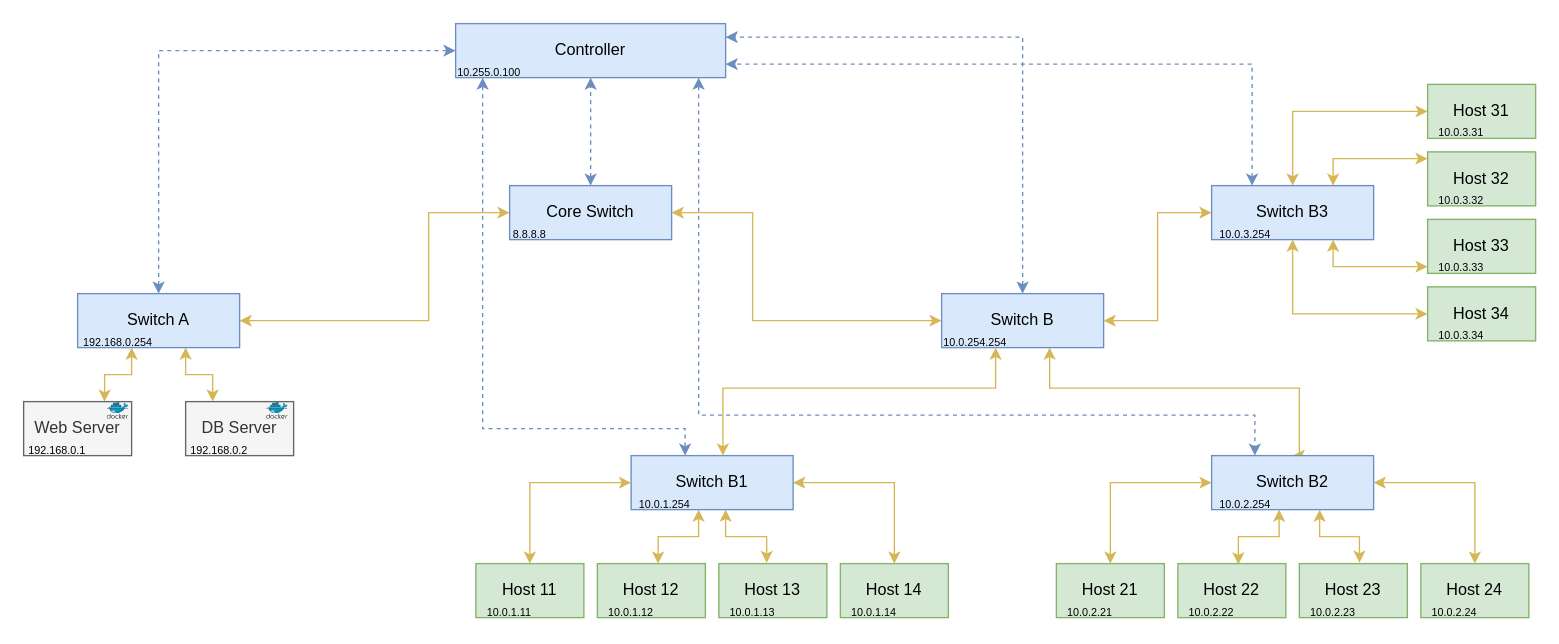
Before: assets/topology.drawio in DavideZanolini/sdn-nids-ml, a draw.io diagram. Source tidied: cells renumbered, new cells numbered last; positions are measured from the earlier drawing's top-left corner, leaving out a move shared by most shapes. Both pictures are drawn from the tidied source at 135%, with x=0, y=0 at pixel (23, 23).
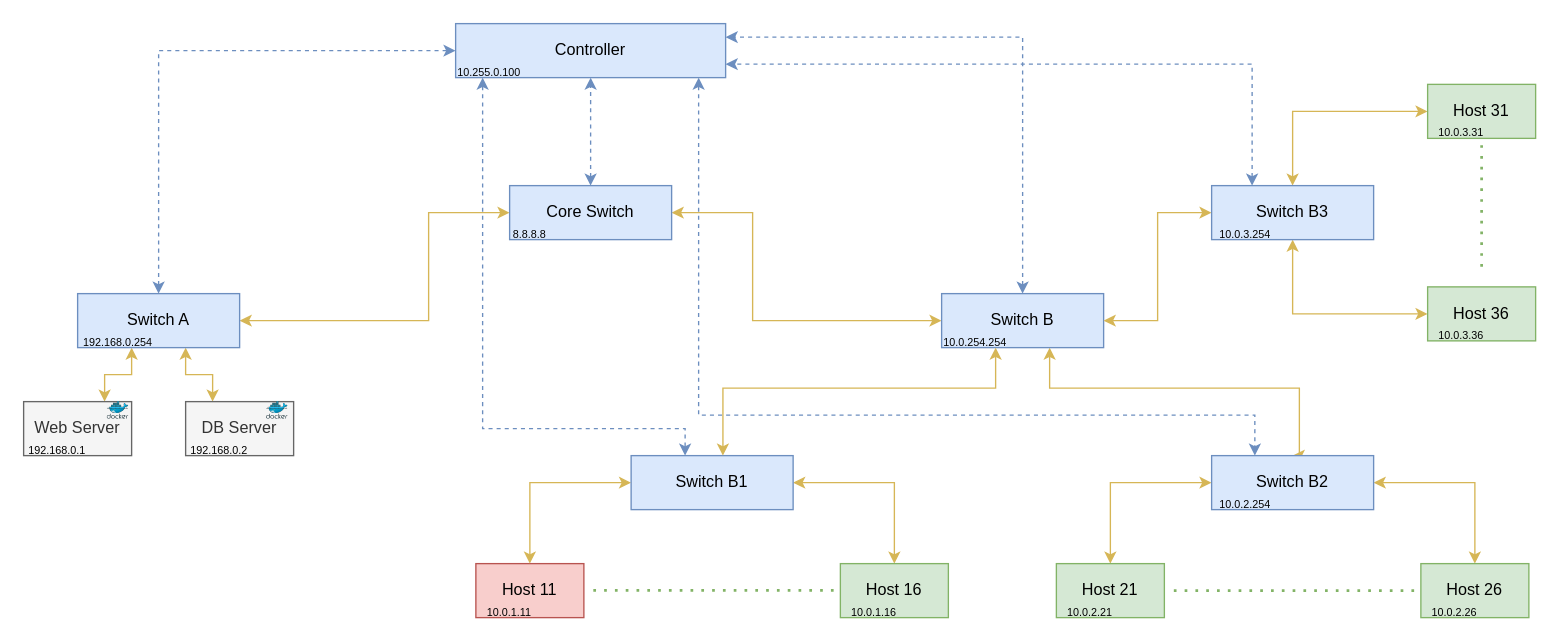
The same diagram, later.

The change refers to these unchanged cells:
```xml
<mxCell id="22" value="Switch B1" style="rounded=0;whiteSpace=wrap;html=1;fillColor=#dae8fc;strokeColor=#6c8ebf;" parent="1" vertex="1">
  <mxGeometry x="450" y="320" width="120" height="40" as="geometry" />
</mxCell>
<mxCell id="27" value="Switch B2" style="rounded=0;whiteSpace=wrap;html=1;fillColor=#dae8fc;strokeColor=#6c8ebf;" parent="1" vertex="1">
  <mxGeometry x="880" y="320" width="120" height="40" as="geometry" />
</mxCell>
<mxCell id="40" value="Switch B3" style="rounded=0;whiteSpace=wrap;html=1;fillColor=#dae8fc;strokeColor=#6c8ebf;" parent="1" vertex="1">
  <mxGeometry x="880" y="120" width="120" height="40" as="geometry" />
</mxCell>
```

Change to the diagram source:
```diff
@@
-    <mxCell id="2" value="Host 11" style="rounded=0;whiteSpace=wrap;html=1;fillColor=#d5e8d4;strokeColor=#82b366;" parent="1" vertex="1">
+    <mxCell id="2" value="Host 11" style="rounded=0;whiteSpace=wrap;html=1;fillColor=#f8cecc;strokeColor=#b85450;" parent="1" vertex="1">
       <mxGeometry x="335" y="400" width="80" height="40" as="geometry" />
     </mxCell>
-    <mxCell id="3" value="Host 12" style="rounded=0;whiteSpace=wrap;html=1;fillColor=#d5e8d4;strokeColor=#82b366;" parent="1" vertex="1">
-      <mxGeometry x="425" y="400" width="80" height="40" as="geometry" />
-    </mxCell>
@@
-    <mxCell id="20" style="edgeStyle=orthogonalEdgeStyle;rounded=0;jettySize=auto;html=1;startArrow=classic;startFill=1;fillColor=#fff2cc;strokeColor=#d6b656;" parent="1" edge="1" source="22">
-      <mxGeometry relative="1" as="geometry">
-        <mxPoint x="470" y="400" as="targetPoint" />
-        <Array as="points">
-          <mxPoint x="500" y="380" />
-          <mxPoint x="470" y="380" />
-          <mxPoint x="470" y="400" />
-        </Array>
-      </mxGeometry>
-    </mxCell>
-    <mxCell id="21" style="edgeStyle=orthogonalEdgeStyle;rounded=0;jettySize=auto;html=1;entryX=0.443;entryY=-0.013;entryDx=0;entryDy=0;startArrow=classic;startFill=1;fillColor=#fff2cc;strokeColor=#d6b656;entryPerimeter=0;" parent="1" edge="1" source="22" target="28">
-      <mxGeometry relative="1" as="geometry">
-        <Array as="points">
-          <mxPoint x="520" y="380" />
-          <mxPoint x="550" y="380" />
-          <mxPoint x="550" y="400" />
-        </Array>
-      </mxGeometry>
-    </mxCell>
@@
-    <mxCell id="25" style="edgeStyle=orthogonalEdgeStyle;rounded=0;jettySize=auto;html=1;entryX=0.556;entryY=-0.016;entryDx=0;entryDy=0;fillColor=#fff2cc;strokeColor=#d6b656;startArrow=classic;startFill=1;entryPerimeter=0;" parent="1" edge="1" source="27" target="32">
-      <mxGeometry relative="1" as="geometry">
-        <Array as="points">
-          <mxPoint x="960" y="380" />
-          <mxPoint x="990" y="380" />
-          <mxPoint x="990" y="399" />
-        </Array>
-      </mxGeometry>
-    </mxCell>
-    <mxCell id="26" style="edgeStyle=orthogonalEdgeStyle;rounded=0;jettySize=auto;html=1;entryX=0.56;entryY=0.016;entryDx=0;entryDy=0;fillColor=#fff2cc;strokeColor=#d6b656;startArrow=classic;startFill=1;entryPerimeter=0;" parent="1" edge="1" source="27" target="31">
-      <mxGeometry relative="1" as="geometry">
-        <Array as="points">
-          <mxPoint x="930" y="380" />
-          <mxPoint x="900" y="380" />
-          <mxPoint x="900" y="401" />
-        </Array>
-      </mxGeometry>
-    </mxCell>
@@
-    <mxCell id="28" value="Host 13" style="rounded=0;whiteSpace=wrap;html=1;fillColor=#d5e8d4;strokeColor=#82b366;" parent="1" vertex="1">
-      <mxGeometry x="515" y="400" width="80" height="40" as="geometry" />
-    </mxCell>
-    <mxCell id="29" value="Host 14" style="rounded=0;whiteSpace=wrap;html=1;fillColor=#d5e8d4;strokeColor=#82b366;" parent="1" vertex="1">
+    <mxCell id="29" value="Host 16" style="rounded=0;whiteSpace=wrap;html=1;fillColor=#d5e8d4;strokeColor=#82b366;" parent="1" vertex="1">
       <mxGeometry x="605" y="400" width="80" height="40" as="geometry" />
     </mxCell>
@@
-    <mxCell id="31" value="Host 22" style="rounded=0;whiteSpace=wrap;html=1;fillColor=#d5e8d4;strokeColor=#82b366;" parent="1" vertex="1">
-      <mxGeometry x="855" y="400" width="80" height="40" as="geometry" />
-    </mxCell>
-    <mxCell id="32" value="Host 23" style="rounded=0;whiteSpace=wrap;html=1;fillColor=#d5e8d4;strokeColor=#82b366;" parent="1" vertex="1">
-      <mxGeometry x="945" y="400" width="80" height="40" as="geometry" />
-    </mxCell>
-    <mxCell id="33" value="Host 24" style="rounded=0;whiteSpace=wrap;html=1;fillColor=#d5e8d4;strokeColor=#82b366;" parent="1" vertex="1">
+    <mxCell id="33" value="Host 26" style="rounded=0;whiteSpace=wrap;html=1;fillColor=#d5e8d4;strokeColor=#82b366;" parent="1" vertex="1">
       <mxGeometry x="1035" y="400" width="80" height="40" as="geometry" />
     </mxCell>
@@
-    <mxCell id="42" value="Host 32" style="rounded=0;whiteSpace=wrap;html=1;fillColor=#d5e8d4;strokeColor=#82b366;" parent="1" vertex="1">
-      <mxGeometry x="1040" y="95" width="80" height="40" as="geometry" />
-    </mxCell>
-    <mxCell id="43" value="Host 33" style="rounded=0;whiteSpace=wrap;html=1;fillColor=#d5e8d4;strokeColor=#82b366;" parent="1" vertex="1">
-      <mxGeometry x="1040" y="145" width="80" height="40" as="geometry" />
-    </mxCell>
-    <mxCell id="44" value="Host 34" style="rounded=0;whiteSpace=wrap;html=1;fillColor=#d5e8d4;strokeColor=#82b366;" parent="1" vertex="1">
+    <mxCell id="44" value="Host 36" style="rounded=0;whiteSpace=wrap;html=1;fillColor=#d5e8d4;strokeColor=#82b366;" parent="1" vertex="1">
       <mxGeometry x="1040" y="195" width="80" height="40" as="geometry" />
     </mxCell>
-    <mxCell id="45" style="edgeStyle=orthogonalEdgeStyle;rounded=0;jettySize=auto;html=1;entryX=0;entryY=0.375;entryDx=0;entryDy=0;entryPerimeter=0;startArrow=classic;startFill=1;fillColor=#fff2cc;strokeColor=#d6b656;exitX=0.75;exitY=0;exitDx=0;exitDy=0;" parent="1" edge="1" source="40">
-      <mxGeometry relative="1" as="geometry">
-        <mxPoint x="1040" y="100" as="targetPoint" />
-        <Array as="points">
-          <mxPoint x="970" y="100" />
-        </Array>
-      </mxGeometry>
-    </mxCell>
-    <mxCell id="46" style="edgeStyle=orthogonalEdgeStyle;rounded=0;jettySize=auto;html=1;startArrow=classic;startFill=1;fillColor=#fff2cc;strokeColor=#d6b656;" parent="1" edge="1" source="43">
-      <mxGeometry relative="1" as="geometry">
-        <mxPoint x="970" y="160" as="targetPoint" />
-        <Array as="points">
-          <mxPoint x="970" y="180" />
-        </Array>
-      </mxGeometry>
-    </mxCell>
@@
-    <mxCell id="52" value="&lt;font style=&quot;font-size: 8px;&quot;&gt;10.0.1.12&lt;/font&gt;" style="text;html=1;whiteSpace=wrap;strokeColor=none;fillColor=none;align=center;verticalAlign=middle;rounded=0;" parent="1" vertex="1">
-      <mxGeometry x="425" y="430" width="50" height="10" as="geometry" />
-    </mxCell>
-    <mxCell id="53" value="&lt;font style=&quot;font-size: 8px;&quot;&gt;10.0.1.13&lt;/font&gt;" style="text;html=1;whiteSpace=wrap;strokeColor=none;fillColor=none;align=center;verticalAlign=middle;rounded=0;" parent="1" vertex="1">
-      <mxGeometry x="515" y="430" width="50" height="10" as="geometry" />
-    </mxCell>
-    <mxCell id="54" value="&lt;font style=&quot;font-size: 8px;&quot;&gt;10.0.1.14&lt;/font&gt;" style="text;html=1;whiteSpace=wrap;strokeColor=none;fillColor=none;align=center;verticalAlign=middle;rounded=0;" parent="1" vertex="1">
+    <mxCell id="54" value="&lt;font style=&quot;font-size: 8px;&quot;&gt;10.0.1.16&lt;/font&gt;" style="text;html=1;whiteSpace=wrap;strokeColor=none;fillColor=none;align=center;verticalAlign=middle;rounded=0;" parent="1" vertex="1">
       <mxGeometry x="605" y="430" width="50" height="10" as="geometry" />
     </mxCell>
-    <mxCell id="55" value="&lt;font style=&quot;font-size: 8px;&quot;&gt;10.0.2.22&lt;/font&gt;" style="text;html=1;whiteSpace=wrap;strokeColor=none;fillColor=none;align=center;verticalAlign=middle;rounded=0;" parent="1" vertex="1">
-      <mxGeometry x="855" y="430" width="50" height="10" as="geometry" />
-    </mxCell>
@@
-    <mxCell id="57" value="&lt;font style=&quot;font-size: 8px;&quot;&gt;10.0.2.23&lt;/font&gt;" style="text;html=1;whiteSpace=wrap;strokeColor=none;fillColor=none;align=center;verticalAlign=middle;rounded=0;" parent="1" vertex="1">
-      <mxGeometry x="945" y="430" width="50" height="10" as="geometry" />
-    </mxCell>
-    <mxCell id="58" value="&lt;font style=&quot;font-size: 8px;&quot;&gt;10.0.2.24&lt;/font&gt;" style="text;html=1;whiteSpace=wrap;strokeColor=none;fillColor=none;align=center;verticalAlign=middle;rounded=0;" parent="1" vertex="1">
+    <mxCell id="58" value="&lt;font style=&quot;font-size: 8px;&quot;&gt;10.0.2.26&lt;/font&gt;" style="text;html=1;whiteSpace=wrap;strokeColor=none;fillColor=none;align=center;verticalAlign=middle;rounded=0;" parent="1" vertex="1">
       <mxGeometry x="1035" y="430" width="50" height="10" as="geometry" />
     </mxCell>
@@
-    <mxCell id="60" value="&lt;font style=&quot;font-size: 8px;&quot;&gt;10.0.3.32&lt;/font&gt;" style="text;html=1;whiteSpace=wrap;strokeColor=none;fillColor=none;align=center;verticalAlign=middle;rounded=0;" parent="1" vertex="1">
-      <mxGeometry x="1040" y="125" width="50" height="10" as="geometry" />
-    </mxCell>
-    <mxCell id="61" value="&lt;font style=&quot;font-size: 8px;&quot;&gt;10.0.3.33&lt;/font&gt;" style="text;html=1;whiteSpace=wrap;strokeColor=none;fillColor=none;align=center;verticalAlign=middle;rounded=0;" parent="1" vertex="1">
-      <mxGeometry x="1040" y="175" width="50" height="10" as="geometry" />
-    </mxCell>
-    <mxCell id="62" value="&lt;font style=&quot;font-size: 8px;&quot;&gt;10.0.3.34&lt;/font&gt;" style="text;html=1;whiteSpace=wrap;strokeColor=none;fillColor=none;align=center;verticalAlign=middle;rounded=0;" parent="1" vertex="1">
+    <mxCell id="62" value="&lt;font style=&quot;font-size: 8px;&quot;&gt;10.0.3.36&lt;/font&gt;" style="text;html=1;whiteSpace=wrap;strokeColor=none;fillColor=none;align=center;verticalAlign=middle;rounded=0;" parent="1" vertex="1">
       <mxGeometry x="1040" y="225" width="50" height="10" as="geometry" />
     </mxCell>
@@
-    <mxCell id="65" value="&lt;font style=&quot;font-size: 8px;&quot;&gt;10.0.1.254&lt;/font&gt;" style="text;html=1;whiteSpace=wrap;strokeColor=none;fillColor=none;align=center;verticalAlign=middle;rounded=0;" parent="1" vertex="1">
-      <mxGeometry x="450" y="350" width="50" height="10" as="geometry" />
-    </mxCell>
@@
+    <mxCell id="71" style="endArrow=none;dashed=1;html=1;dashPattern=1 3;strokeWidth=2;rounded=0;fillColor=#d5e8d4;strokeColor=#82b366;" parent="1" edge="1">
+      <mxGeometry relative="1" as="geometry">
+        <mxPoint x="1080" y="180" as="sourcePoint" />
+        <mxPoint x="1080" y="90" as="targetPoint" />
+      </mxGeometry>
+    </mxCell>
+    <mxCell id="72" style="endArrow=none;dashed=1;html=1;dashPattern=1 3;strokeWidth=2;rounded=0;fillColor=#d5e8d4;strokeColor=#82b366;" parent="1" edge="1">
+      <mxGeometry relative="1" as="geometry">
+        <mxPoint x="1030" y="420" as="sourcePoint" />
+        <mxPoint x="850" y="420" as="targetPoint" />
+      </mxGeometry>
+    </mxCell>
+    <mxCell id="73" style="endArrow=none;dashed=1;html=1;dashPattern=1 3;strokeWidth=2;rounded=0;fillColor=#d5e8d4;strokeColor=#82b366;" parent="1" edge="1">
+      <mxGeometry relative="1" as="geometry">
+        <mxPoint x="600" y="419.8" as="sourcePoint" />
+        <mxPoint x="420" y="419.8" as="targetPoint" />
+      </mxGeometry>
+    </mxCell>
```
